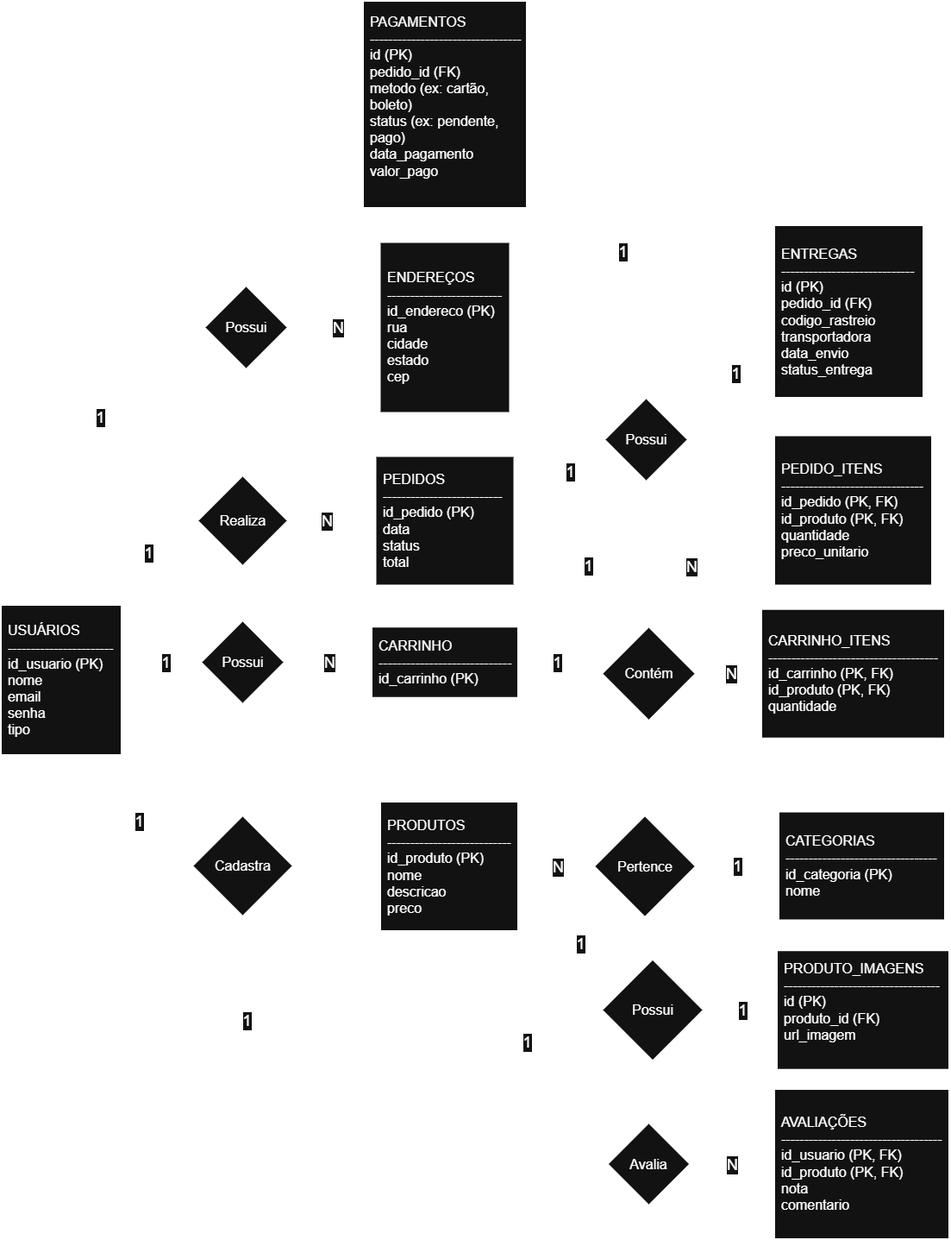
Earlier version of the draw.io export Artefatos/Diagramas/Banco de dados/BD - imagem.png (mar-moraes/Loja-Ponto-Com). Source tidied: cells renumbered, new cells last; positions are measured from the earlier drawing's top-left corner, leaving out a move shared by most shapes.
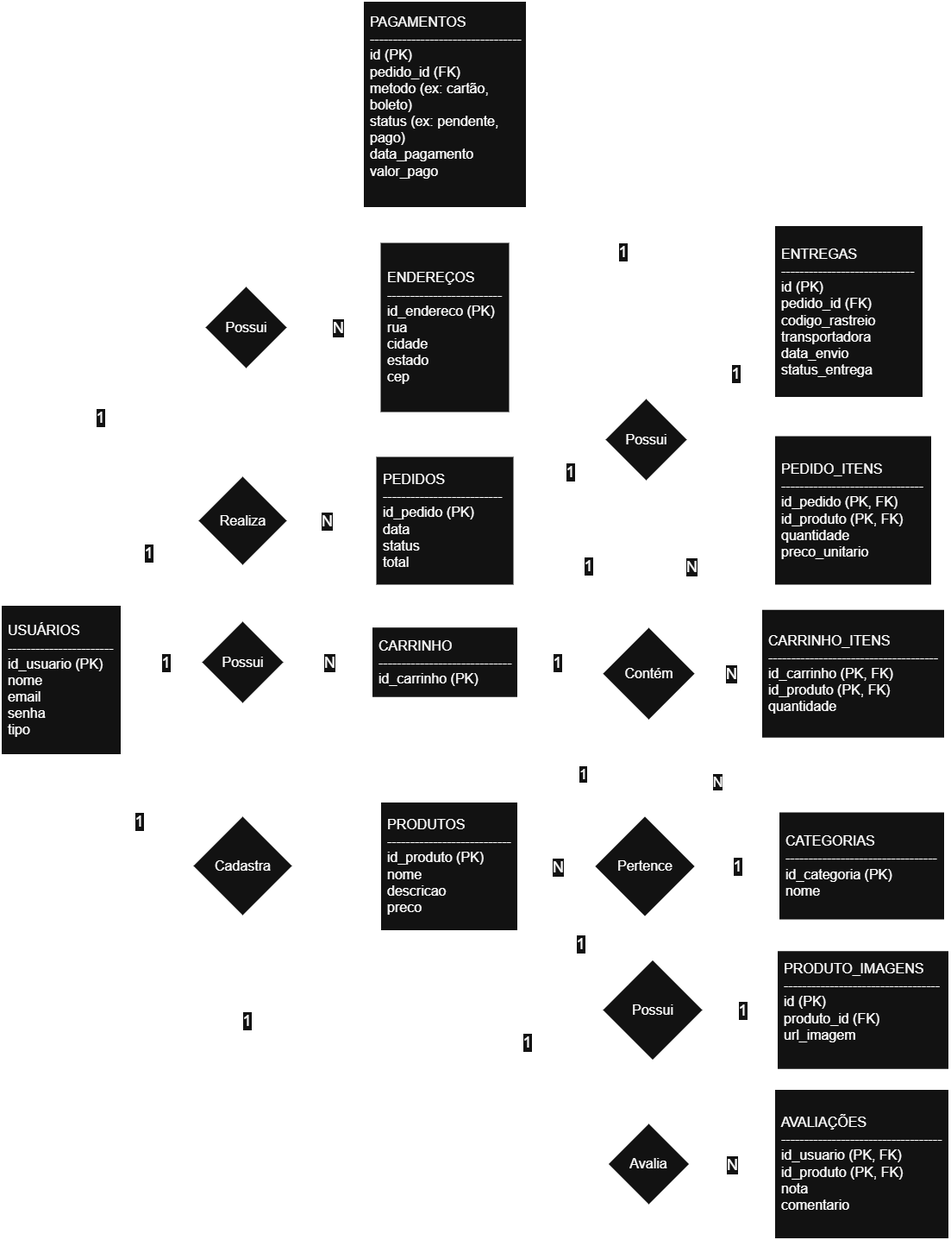
Above is the later version.

What changed in the source:
```diff
@@ -203,6 +203,9 @@
         </Array>
       </mxGeometry>
     </mxCell>
+    <mxCell id="69" value="1" style="edgeLabel;html=1;align=center;verticalAlign=middle;fontSize=16;" parent="49" vertex="1">
+      <mxGeometry x="0.07" y="6" relative="1" as="geometry" />
+    </mxCell>
     <mxCell id="50" style="curved=1;startArrow=none;endArrow=none;rounded=0;fontSize=18;spacingTop=-1;spacing=8;align=left;exitX=1;exitY=1;exitDx=0;exitDy=0;" parent="1" edge="1" source="17">
       <mxGeometry relative="1" as="geometry">
         <mxPoint x="900" y="980" as="targetPoint" />
@@ -211,6 +214,9 @@
         </Array>
       </mxGeometry>
     </mxCell>
+    <mxCell id="70" value="N" style="edgeLabel;html=1;align=center;verticalAlign=middle;fontSize=16;" parent="50" vertex="1">
+      <mxGeometry x="0.06" y="11" relative="1" as="geometry" />
+    </mxCell>
     <mxCell id="51" value="N" style="text;html=1;whiteSpace=wrap;strokeColor=none;fillColor=none;align=center;verticalAlign=middle;rounded=0;fontSize=18;" parent="1" vertex="1">
       <mxGeometry x="360" y="988" width="60" height="30" as="geometry" />
     </mxCell>
```
